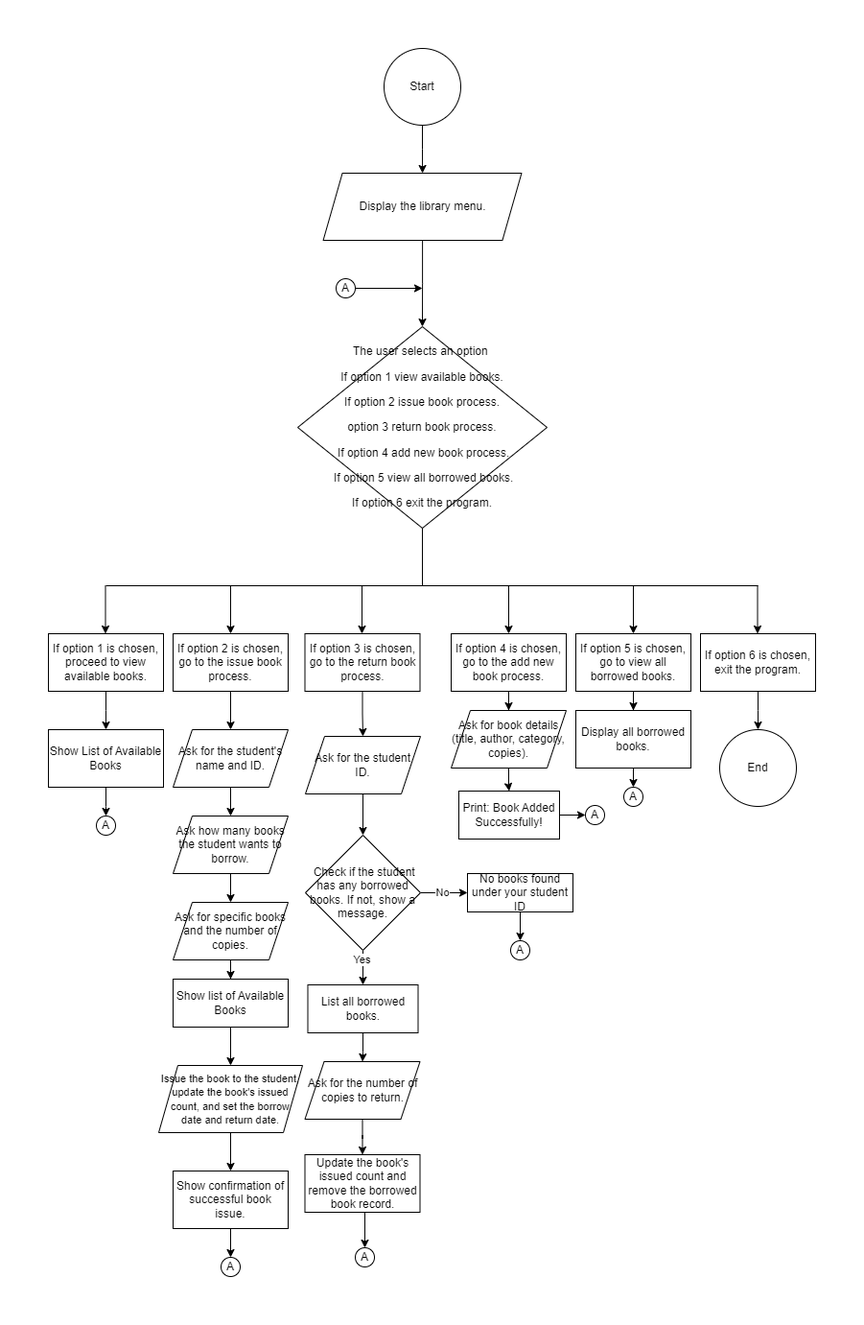
Above: Flowchart Final.drawio.png in Jyrrel/Library-Management-System-Console-Type (draw.io), before the change. Source tidied: cells renumbered, new cells last; positions are measured from the earlier drawing's top-left corner, leaving out a move shared by most shapes.
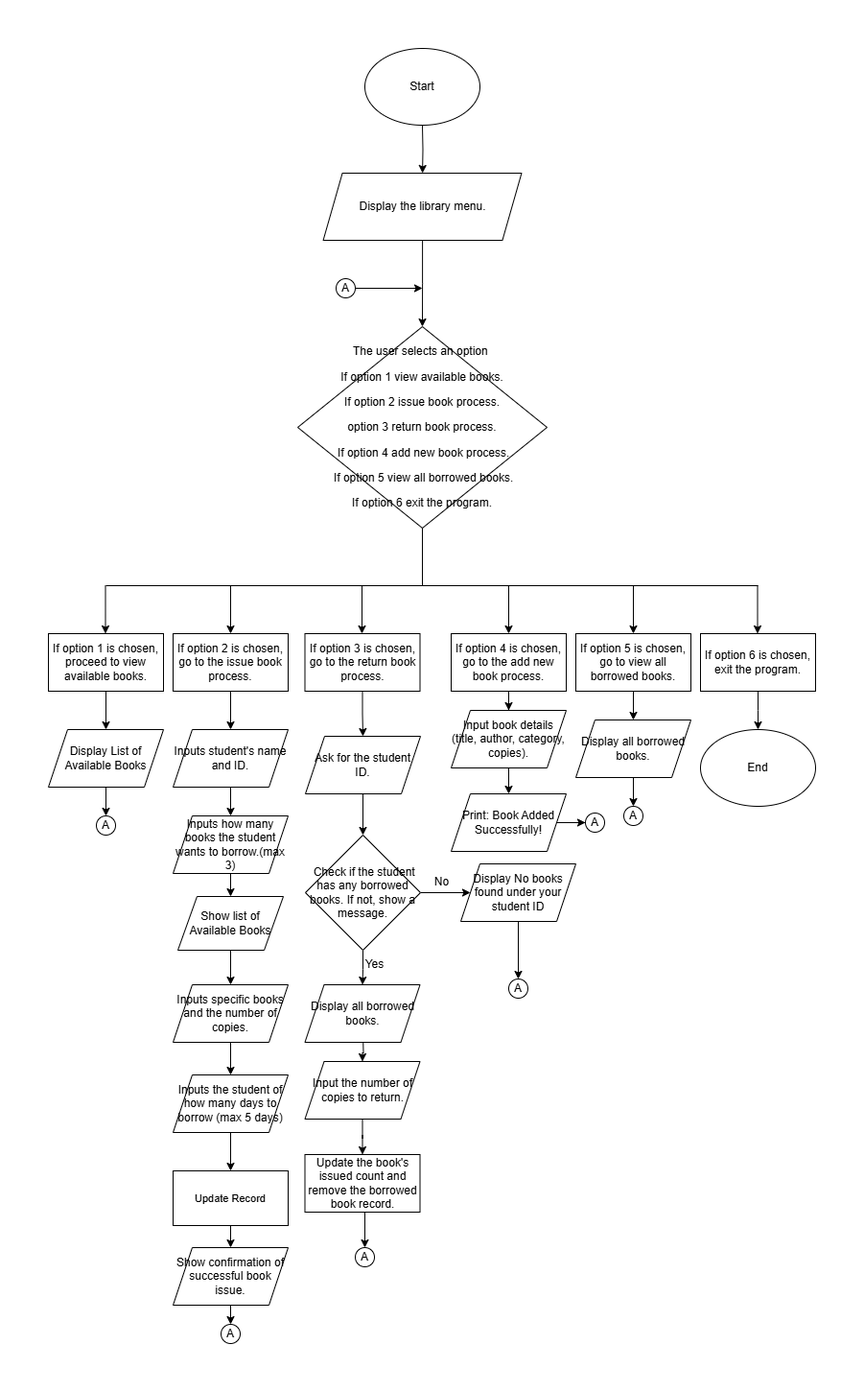
Above is the later version.

The edit, as a diff of the source:
```diff
@@ -2,12 +2,11 @@
   <root>
     <mxCell id="0" />
     <mxCell id="1" parent="0" />
-    <mxCell id="2" style="edgeStyle=orthogonalEdgeStyle;rounded=0;jettySize=auto;html=1;" parent="1" edge="1" source="3" target="5">
-      <mxGeometry relative="1" as="geometry" />
+    <mxCell id="2" style="edgeStyle=orthogonalEdgeStyle;rounded=0;jettySize=auto;html=1;" parent="1" edge="1" target="5">
+      <mxGeometry relative="1" as="geometry">
+        <mxPoint x="390" y="80" as="sourcePoint" />
+      </mxGeometry>
     </mxCell>
-    <mxCell id="3" value="Start" style="ellipse;whiteSpace=wrap;html=1;" parent="1" vertex="1">
-      <mxGeometry x="350" width="80" height="80" as="geometry" />
-    </mxCell>
     <mxCell id="4" style="edgeStyle=orthogonalEdgeStyle;rounded=0;jettySize=auto;html=1;" parent="1" edge="1" source="5" target="6">
       <mxGeometry relative="1" as="geometry" />
     </mxCell>
@@ -64,11 +63,9 @@
         <mxPoint x="739.5" y="610" as="targetPoint" />
       </mxGeometry>
     </mxCell>
-    <mxCell id="15" style="edgeStyle=orthogonalEdgeStyle;rounded=0;jettySize=auto;html=1;" parent="1" edge="1" source="16">
-      <mxGeometry relative="1" as="geometry">
-        <mxPoint x="60" y="710" as="targetPoint" />
-      </mxGeometry>
-    </mxCell>
+    <mxCell id="71" style="edgeStyle=orthogonalEdgeStyle;rounded=0;jettySize=auto;html=1;entryX=0.5;entryY=0;entryDx=0;entryDy=0;" parent="1" edge="1" source="16" target="87">
+      <mxGeometry relative="1" as="geometry" />
+    </mxCell>
     <mxCell id="16" value="If option 1 is chosen, proceed to view available books." style="rounded=0;whiteSpace=wrap;html=1;" parent="1" vertex="1">
       <mxGeometry y="610" width="120" height="60" as="geometry" />
     </mxCell>
@@ -90,9 +87,9 @@
     <mxCell id="22" value="If option 4 is chosen, go to the add new book process." style="rounded=0;whiteSpace=wrap;html=1;" parent="1" vertex="1">
       <mxGeometry x="420" y="610" width="120" height="60" as="geometry" />
     </mxCell>
-    <mxCell id="23" style="edgeStyle=orthogonalEdgeStyle;rounded=0;jettySize=auto;html=1;" parent="1" edge="1" source="24" target="65">
-      <mxGeometry relative="1" as="geometry" />
-    </mxCell>
+    <mxCell id="72" style="edgeStyle=orthogonalEdgeStyle;rounded=0;jettySize=auto;html=1;" parent="1" edge="1" source="24" target="85">
+      <mxGeometry relative="1" as="geometry" />
+    </mxCell>
     <mxCell id="24" value="If option 5 is chosen, go to view all borrowed books." style="rounded=0;whiteSpace=wrap;html=1;" parent="1" vertex="1">
       <mxGeometry x="550" y="610" width="120" height="60" as="geometry" />
     </mxCell>
@@ -107,35 +104,26 @@
     <mxCell id="27" style="edgeStyle=orthogonalEdgeStyle;rounded=0;jettySize=auto;html=1;" parent="1" edge="1" source="28" target="30">
       <mxGeometry relative="1" as="geometry" />
     </mxCell>
-    <mxCell id="28" value="Ask for the student's name and ID." style="shape=parallelogram;perimeter=parallelogramPerimeter;whiteSpace=wrap;html=1;fixedSize=1;rounded=0;" parent="1" vertex="1">
+    <mxCell id="28" value="Inputs student's name and ID." style="shape=parallelogram;perimeter=parallelogramPerimeter;whiteSpace=wrap;html=1;fixedSize=1;rounded=0;" parent="1" vertex="1">
       <mxGeometry x="130" y="710" width="120" height="60" as="geometry" />
     </mxCell>
-    <mxCell id="29" style="edgeStyle=orthogonalEdgeStyle;rounded=0;jettySize=auto;html=1;" parent="1" edge="1" source="30" target="32">
-      <mxGeometry relative="1" as="geometry" />
-    </mxCell>
+    <mxCell id="73" style="edgeStyle=orthogonalEdgeStyle;rounded=0;jettySize=auto;html=1;entryX=0.5;entryY=0;entryDx=0;entryDy=0;" parent="1" edge="1" source="30" target="41">
+      <mxGeometry relative="1" as="geometry" />
+    </mxCell>
-    <mxCell id="30" value="Ask how many books the student wants to borrow." style="shape=parallelogram;perimeter=parallelogramPerimeter;whiteSpace=wrap;html=1;fixedSize=1;rounded=0;" parent="1" vertex="1">
+    <mxCell id="30" value="Inputs how many books the student wants to borrow.(max 3)" style="shape=parallelogram;perimeter=parallelogramPerimeter;whiteSpace=wrap;html=1;fixedSize=1;rounded=0;" parent="1" vertex="1">
       <mxGeometry x="130" y="800" width="120" height="60" as="geometry" />
     </mxCell>
-    <mxCell id="31" style="edgeStyle=orthogonalEdgeStyle;rounded=0;jettySize=auto;html=1;" parent="1" edge="1" source="32" target="41">
-      <mxGeometry relative="1" as="geometry" />
-    </mxCell>
+    <mxCell id="74" style="edgeStyle=orthogonalEdgeStyle;rounded=0;jettySize=auto;html=1;entryX=0.5;entryY=0;entryDx=0;entryDy=0;" parent="1" edge="1" source="32" target="81">
+      <mxGeometry relative="1" as="geometry" />
+    </mxCell>
-    <mxCell id="32" value="Ask for specific books and the number of copies." style="shape=parallelogram;perimeter=parallelogramPerimeter;whiteSpace=wrap;html=1;fixedSize=1;rounded=0;" parent="1" vertex="1">
-      <mxGeometry x="130" y="890" width="120" height="60" as="geometry" />
+    <mxCell id="32" value="Inputs specific books and the number of copies." style="shape=parallelogram;perimeter=parallelogramPerimeter;whiteSpace=wrap;html=1;fixedSize=1;rounded=0;" parent="1" vertex="1">
+      <mxGeometry x="130" y="976" width="120" height="60" as="geometry" />
     </mxCell>
-    <mxCell id="33" style="edgeStyle=orthogonalEdgeStyle;rounded=0;jettySize=auto;html=1;" parent="1" edge="1" source="34" target="35">
-      <mxGeometry relative="1" as="geometry" />
-    </mxCell>
-    <mxCell id="34" value="&lt;font style=&quot;font-size: 11px;&quot;&gt;Issue the book to the student, update the book's issued count, and set the borrow date and return date.&lt;/font&gt;" style="shape=parallelogram;perimeter=parallelogramPerimeter;whiteSpace=wrap;html=1;fixedSize=1;rounded=0;" parent="1" vertex="1">
-      <mxGeometry x="115" y="1060" width="150" height="70" as="geometry" />
-    </mxCell>
-    <mxCell id="35" value="Show confirmation of successful book issue." style="whiteSpace=wrap;html=1;rounded=0;" parent="1" vertex="1">
-      <mxGeometry x="130" y="1170" width="120" height="60" as="geometry" />
-    </mxCell>
     <mxCell id="36" style="endArrow=classic;html=1;rounded=0;" parent="1" edge="1" source="35" target="37">
       <mxGeometry relative="1" as="geometry" />
     </mxCell>
     <mxCell id="37" value="A" style="ellipse;whiteSpace=wrap;html=1;" parent="1" vertex="1">
-      <mxGeometry x="180" y="1260" width="20" height="20" as="geometry" />
+      <mxGeometry x="180" y="1330" width="20" height="20" as="geometry" />
     </mxCell>
     <mxCell id="38" style="edgeStyle=orthogonalEdgeStyle;rounded=0;jettySize=auto;html=1;" parent="1" edge="1" source="39" target="46">
       <mxGeometry relative="1" as="geometry" />
@@ -143,35 +131,17 @@
     <mxCell id="39" value="Ask for the student ID." style="shape=parallelogram;perimeter=parallelogramPerimeter;whiteSpace=wrap;html=1;fixedSize=1;rounded=0;" parent="1" vertex="1">
       <mxGeometry x="268" y="717" width="120" height="60" as="geometry" />
     </mxCell>
-    <mxCell id="40" style="edgeStyle=orthogonalEdgeStyle;rounded=0;jettySize=auto;html=1;entryX=0.5;entryY=0;entryDx=0;entryDy=0;" parent="1" edge="1" source="41" target="34">
-      <mxGeometry relative="1" as="geometry" />
-    </mxCell>
-    <mxCell id="41" value="Show list of Available Books" style="whiteSpace=wrap;html=1;rounded=0;" parent="1" vertex="1">
-      <mxGeometry x="130" y="970" width="120" height="50" as="geometry" />
-    </mxCell>
-    <mxCell id="42" style="edgeStyle=orthogonalEdgeStyle;rounded=0;jettySize=auto;html=1;entryX=0.5;entryY=0;entryDx=0;entryDy=0;" parent="1" edge="1" source="46" target="53">
-      <mxGeometry relative="1" as="geometry" />
-    </mxCell>
-    <mxCell id="43" value="Yes" style="edgeLabel;html=1;align=center;verticalAlign=middle;" parent="42" vertex="1">
-      <mxGeometry x="-0.6" y="-2" relative="1" as="geometry" />
-    </mxCell>
-    <mxCell id="44" style="edgeStyle=orthogonalEdgeStyle;rounded=0;jettySize=auto;html=1;" parent="1" edge="1" source="46" target="48">
-      <mxGeometry relative="1" as="geometry" />
-    </mxCell>
-    <mxCell id="45" value="No" style="edgeLabel;html=1;align=center;verticalAlign=middle;" parent="44" vertex="1">
-      <mxGeometry x="-0.11" y="1" relative="1" as="geometry" />
-    </mxCell>
+    <mxCell id="75" style="edgeStyle=orthogonalEdgeStyle;rounded=0;jettySize=auto;html=1;" parent="1" edge="1" source="46" target="89">
+      <mxGeometry relative="1" as="geometry" />
+    </mxCell>
+    <mxCell id="76" style="edgeStyle=orthogonalEdgeStyle;rounded=0;jettySize=auto;html=1;" parent="1" edge="1" source="46" target="83">
+      <mxGeometry relative="1" as="geometry" />
+    </mxCell>
     <mxCell id="46" value="&amp;nbsp;Check if the student has any borrowed books. If not, show a message." style="rhombus;whiteSpace=wrap;html=1;rounded=0;" parent="1" vertex="1">
       <mxGeometry x="268" y="820" width="120" height="120" as="geometry" />
     </mxCell>
-    <mxCell id="47" style="edgeStyle=orthogonalEdgeStyle;rounded=0;jettySize=auto;html=1;exitX=0.5;exitY=1;exitDx=0;exitDy=0;" parent="1" edge="1" source="48" target="49">
-      <mxGeometry relative="1" as="geometry" />
-    </mxCell>
-    <mxCell id="48" value="No books found under your student ID" style="rounded=0;whiteSpace=wrap;html=1;" parent="1" vertex="1">
-      <mxGeometry x="437" y="860" width="110" height="40" as="geometry" />
-    </mxCell>
     <mxCell id="49" value="A" style="ellipse;whiteSpace=wrap;html=1;" parent="1" vertex="1">
-      <mxGeometry x="482" y="930" width="20" height="20" as="geometry" />
+      <mxGeometry x="480" y="970" width="20" height="20" as="geometry" />
     </mxCell>
     <mxCell id="50" value="A" style="ellipse;whiteSpace=wrap;html=1;" parent="1" vertex="1">
       <mxGeometry x="300" y="240" width="20" height="20" as="geometry" />
@@ -182,16 +152,15 @@
         <mxPoint x="390" y="250" as="targetPoint" />
       </mxGeometry>
     </mxCell>
-    <mxCell id="52" style="edgeStyle=orthogonalEdgeStyle;rounded=0;jettySize=auto;html=1;" parent="1" edge="1" source="53" target="55">
-      <mxGeometry relative="1" as="geometry" />
+    <mxCell id="52" style="edgeStyle=orthogonalEdgeStyle;rounded=0;jettySize=auto;html=1;" parent="1" edge="1" target="55">
+      <mxGeometry relative="1" as="geometry">
+        <mxPoint x="328" y="1026" as="sourcePoint" />
+      </mxGeometry>
     </mxCell>
-    <mxCell id="53" value="List all borrowed books." style="rounded=0;whiteSpace=wrap;html=1;" parent="1" vertex="1">
-      <mxGeometry x="270.5" y="976" width="115" height="50" as="geometry" />
-    </mxCell>
     <mxCell id="54" style="edgeStyle=orthogonalEdgeStyle;rounded=0;jettySize=auto;html=1;" parent="1" edge="1" source="55" target="57">
       <mxGeometry relative="1" as="geometry" />
     </mxCell>
-    <mxCell id="55" value="Ask for the number of copies to return." style="shape=parallelogram;perimeter=parallelogramPerimeter;whiteSpace=wrap;html=1;fixedSize=1;rounded=0;" parent="1" vertex="1">
+    <mxCell id="55" value="Input the number of copies to return." style="shape=parallelogram;perimeter=parallelogramPerimeter;whiteSpace=wrap;html=1;fixedSize=1;rounded=0;" parent="1" vertex="1">
       <mxGeometry x="267.5" y="1056" width="120" height="60" as="geometry" />
     </mxCell>
     <mxCell id="56" style="edgeStyle=orthogonalEdgeStyle;rounded=0;jettySize=auto;html=1;exitX=0.5;exitY=1;exitDx=0;exitDy=0;entryX=0.5;entryY=0;entryDx=0;entryDy=0;" parent="1" edge="1" source="57" target="58">
@@ -203,45 +172,85 @@
     <mxCell id="58" value="A" style="ellipse;whiteSpace=wrap;html=1;" parent="1" vertex="1">
       <mxGeometry x="320" y="1250" width="20" height="20" as="geometry" />
     </mxCell>
-    <mxCell id="59" style="edgeStyle=orthogonalEdgeStyle;rounded=0;jettySize=auto;html=1;" parent="1" edge="1" source="60" target="61">
+    <mxCell id="59" style="edgeStyle=orthogonalEdgeStyle;rounded=0;jettySize=auto;html=1;entryX=0.5;entryY=0;entryDx=0;entryDy=0;" parent="1" edge="1" source="60" target="61">
       <mxGeometry relative="1" as="geometry" />
     </mxCell>
-    <mxCell id="60" value="Ask for book details (title, author, category, copies)." style="shape=parallelogram;perimeter=parallelogramPerimeter;whiteSpace=wrap;html=1;fixedSize=1;rounded=0;" parent="1" vertex="1">
+    <mxCell id="60" value="Input book details (title, author, category, copies)." style="shape=parallelogram;perimeter=parallelogramPerimeter;whiteSpace=wrap;html=1;fixedSize=1;rounded=0;" parent="1" vertex="1">
       <mxGeometry x="420" y="690" width="120" height="60" as="geometry" />
     </mxCell>
+    <mxCell id="62" value="A" style="ellipse;whiteSpace=wrap;html=1;" parent="1" vertex="1">
+      <mxGeometry x="560" y="797" width="20" height="20" as="geometry" />
+    </mxCell>
+    <mxCell id="66" value="A" style="ellipse;whiteSpace=wrap;html=1;" parent="1" vertex="1">
+      <mxGeometry x="600" y="790" width="20" height="20" as="geometry" />
+    </mxCell>
+    <mxCell id="69" value="A" style="ellipse;whiteSpace=wrap;html=1;" parent="1" vertex="1">
+      <mxGeometry x="50" y="800" width="20" height="20" as="geometry" />
+    </mxCell>
+    <mxCell id="77" style="edgeStyle=orthogonalEdgeStyle;rounded=0;jettySize=auto;html=1;entryX=0.5;entryY=0;entryDx=0;entryDy=0;" parent="1" edge="1" source="41" target="32">
+      <mxGeometry relative="1" as="geometry" />
+    </mxCell>
+    <mxCell id="41" value="Show list of Available Books" style="shape=parallelogram;perimeter=parallelogramPerimeter;whiteSpace=wrap;html=1;fixedSize=1;" parent="1" vertex="1">
+      <mxGeometry x="135" y="884" width="110" height="56" as="geometry" />
+    </mxCell>
+    <mxCell id="78" style="edgeStyle=orthogonalEdgeStyle;rounded=0;jettySize=auto;html=1;" parent="1" edge="1" source="79" target="35">
+      <mxGeometry relative="1" as="geometry" />
+    </mxCell>
+    <mxCell id="79" value="&lt;span style=&quot;font-size: 11px;&quot;&gt;Update Record&lt;/span&gt;" style="rounded=0;whiteSpace=wrap;html=1;" parent="1" vertex="1">
+      <mxGeometry x="130" y="1170" width="120" height="57" as="geometry" />
+    </mxCell>
+    <mxCell id="80" style="edgeStyle=orthogonalEdgeStyle;rounded=0;jettySize=auto;html=1;entryX=0.5;entryY=0;entryDx=0;entryDy=0;" parent="1" edge="1" source="81" target="79">
+      <mxGeometry relative="1" as="geometry" />
+    </mxCell>
+    <mxCell id="81" value="Inputs the student of how many days to borrow (max 5 days)" style="shape=parallelogram;perimeter=parallelogramPerimeter;whiteSpace=wrap;html=1;fixedSize=1;" parent="1" vertex="1">
+      <mxGeometry x="130" y="1070" width="120" height="60" as="geometry" />
+    </mxCell>
+    <mxCell id="82" style="endArrow=classic;html=1;rounded=0;" parent="1" edge="1" target="35">
+      <mxGeometry relative="1" as="geometry">
+        <mxPoint x="190" y="1260" as="sourcePoint" />
+      </mxGeometry>
+    </mxCell>
+    <mxCell id="35" value="Show confirmation of successful book issue." style="shape=parallelogram;perimeter=parallelogramPerimeter;whiteSpace=wrap;html=1;fixedSize=1;" parent="1" vertex="1">
+      <mxGeometry x="130" y="1250" width="120" height="60" as="geometry" />
+    </mxCell>
+    <mxCell id="83" value="Display all borrowed books." style="shape=parallelogram;perimeter=parallelogramPerimeter;whiteSpace=wrap;html=1;fixedSize=1;" parent="1" vertex="1">
+      <mxGeometry x="267.5" y="976" width="120" height="60" as="geometry" />
+    </mxCell>
+    <mxCell id="84" style="edgeStyle=orthogonalEdgeStyle;rounded=0;jettySize=auto;html=1;entryX=0.5;entryY=0;entryDx=0;entryDy=0;" parent="1" edge="1" source="85" target="66">
+      <mxGeometry relative="1" as="geometry" />
+    </mxCell>
+    <mxCell id="85" value="Display all borrowed books." style="shape=parallelogram;perimeter=parallelogramPerimeter;whiteSpace=wrap;html=1;fixedSize=1;rounded=0;" parent="1" vertex="1">
+      <mxGeometry x="550" y="700" width="120" height="60" as="geometry" />
+    </mxCell>
+    <mxCell id="63" value="End" style="ellipse;whiteSpace=wrap;html=1;" parent="1" vertex="1">
+      <mxGeometry x="680" y="710" width="120" height="80" as="geometry" />
+    </mxCell>
+    <mxCell id="3" value="Start" style="ellipse;whiteSpace=wrap;html=1;" parent="1" vertex="1">
+      <mxGeometry x="330" width="120" height="80" as="geometry" />
+    </mxCell>
+    <mxCell id="70" style="edgeStyle=orthogonalEdgeStyle;rounded=0;jettySize=auto;html=1;entryX=0;entryY=0.5;entryDx=0;entryDy=0;" parent="1" edge="1" source="61" target="62">
+      <mxGeometry relative="1" as="geometry" />
+    </mxCell>
-    <mxCell id="61" value="Print: Book Added&lt;br&gt;Successfully!" style="rounded=0;whiteSpace=wrap;html=1;" parent="1" vertex="1">
-      <mxGeometry x="428" y="774" width="105" height="50" as="geometry" />
+    <mxCell id="61" value="Print: Book Added&lt;br&gt;Successfully!" style="shape=parallelogram;perimeter=parallelogramPerimeter;whiteSpace=wrap;html=1;fixedSize=1;" parent="1" vertex="1">
+      <mxGeometry x="420" y="777" width="120" height="60" as="geometry" />
     </mxCell>
-    <mxCell id="62" value="A" style="ellipse;whiteSpace=wrap;html=1;" parent="1" vertex="1">
-      <mxGeometry x="560" y="789" width="20" height="20" as="geometry" />
-    </mxCell>
-    <mxCell id="63" value="End" style="ellipse;whiteSpace=wrap;html=1;" parent="1" vertex="1">
-      <mxGeometry x="700" y="710" width="80" height="80" as="geometry" />
-    </mxCell>
-    <mxCell id="64" style="edgeStyle=orthogonalEdgeStyle;rounded=0;jettySize=auto;html=1;" parent="1" edge="1" source="65">
-      <mxGeometry relative="1" as="geometry">
-        <mxPoint x="610" y="770" as="targetPoint" />
-      </mxGeometry>
-    </mxCell>
-    <mxCell id="65" value="Display all borrowed books." style="rounded=0;whiteSpace=wrap;html=1;" parent="1" vertex="1">
-      <mxGeometry x="550" y="690" width="120" height="60" as="geometry" />
-    </mxCell>
-    <mxCell id="66" value="A" style="ellipse;whiteSpace=wrap;html=1;" parent="1" vertex="1">
-      <mxGeometry x="600" y="770" width="20" height="20" as="geometry" />
-    </mxCell>
-    <mxCell id="67" style="edgeStyle=orthogonalEdgeStyle;rounded=0;jettySize=auto;html=1;" parent="1" edge="1" source="68">
-      <mxGeometry relative="1" as="geometry">
-        <mxPoint x="60" y="800" as="targetPoint" />
-      </mxGeometry>
-    </mxCell>
-    <mxCell id="68" value="Show List of Available&lt;br&gt;Books" style="rounded=0;whiteSpace=wrap;html=1;" parent="1" vertex="1">
-      <mxGeometry y="710" width="120" height="60" as="geometry" />
-    </mxCell>
-    <mxCell id="69" value="A" style="ellipse;whiteSpace=wrap;html=1;" parent="1" vertex="1">
-      <mxGeometry x="50" y="800" width="20" height="20" as="geometry" />
-    </mxCell>
-    <mxCell id="70" style="endArrow=classic;html=1;rounded=0;exitX=1;exitY=0.5;exitDx=0;exitDy=0;entryX=0;entryY=0.5;entryDx=0;entryDy=0;" parent="1" edge="1" source="61" target="62">
-      <mxGeometry relative="1" as="geometry" />
-    </mxCell>
+    <mxCell id="86" style="edgeStyle=orthogonalEdgeStyle;rounded=0;jettySize=auto;html=1;entryX=0.5;entryY=0;entryDx=0;entryDy=0;" parent="1" edge="1" source="87" target="69">
+      <mxGeometry relative="1" as="geometry" />
+    </mxCell>
+    <mxCell id="87" value="Display List of Available Books" style="shape=parallelogram;perimeter=parallelogramPerimeter;whiteSpace=wrap;html=1;fixedSize=1;" parent="1" vertex="1">
+      <mxGeometry y="710" width="120" height="60" as="geometry" />
+    </mxCell>
+    <mxCell id="88" style="edgeStyle=orthogonalEdgeStyle;rounded=0;jettySize=auto;html=1;entryX=0.5;entryY=0;entryDx=0;entryDy=0;" parent="1" edge="1" source="89" target="49">
+      <mxGeometry relative="1" as="geometry" />
+    </mxCell>
+    <mxCell id="89" value="Display No books found under your student ID" style="shape=parallelogram;perimeter=parallelogramPerimeter;whiteSpace=wrap;html=1;fixedSize=1;rounded=0;" parent="1" vertex="1">
+      <mxGeometry x="430" y="850" width="120" height="60" as="geometry" />
+    </mxCell>
+    <mxCell id="45" value="No" style="text;html=1;align=center;verticalAlign=middle;strokeColor=none;fillColor=none;" parent="1" vertex="1">
+      <mxGeometry x="390" y="854" width="40" height="30" as="geometry" />
+    </mxCell>
+    <mxCell id="43" value="Yes" style="text;html=1;align=center;verticalAlign=middle;strokeColor=none;fillColor=none;" parent="1" vertex="1">
+      <mxGeometry x="320" y="940" width="40" height="30" as="geometry" />
+    </mxCell>
   </root>
 </mxGraphModel>
```
